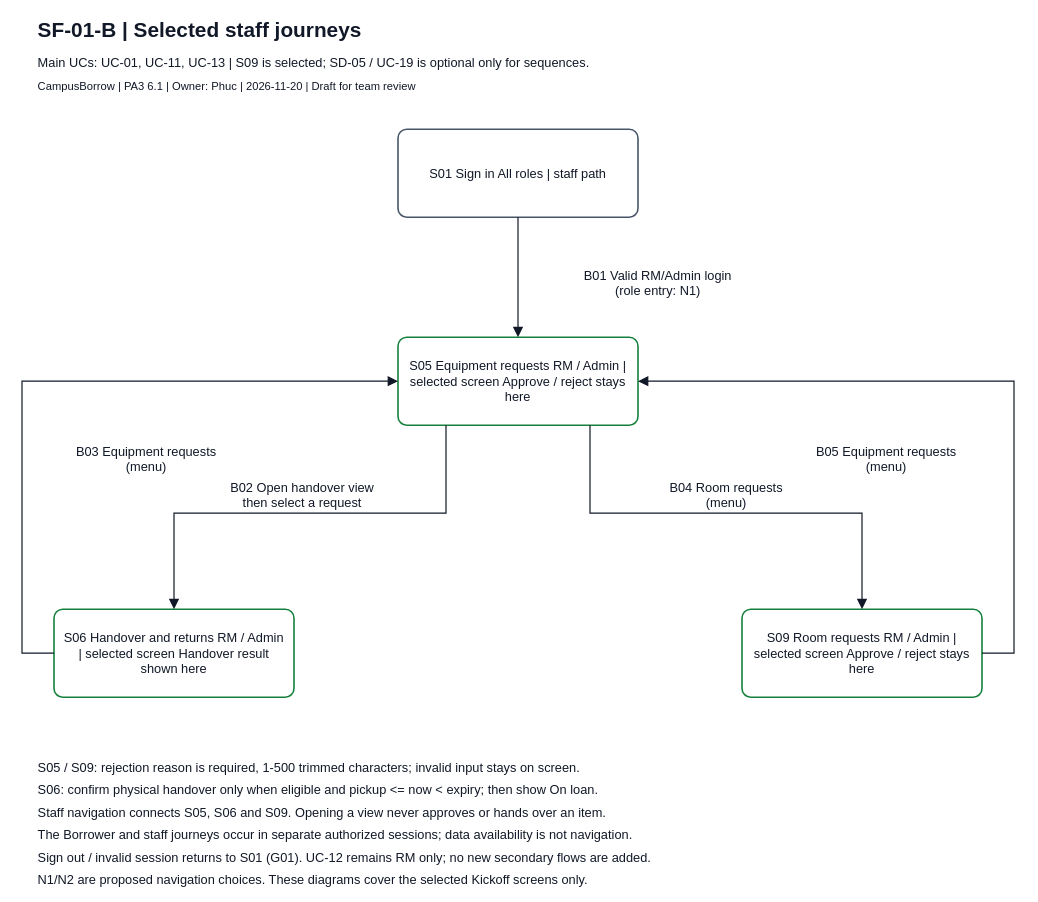
The draw.io diagram page "SF-01-B Staff processing journeys" (2 of 3) of docs/design/screen-flow/SF-01_screen-flow.drawio in JuliaTrang/T09-CampusBorrow, before the edit. Source tidied: cells renumbered, new cells numbered last; positions are measured from the earlier drawing's top-left corner, leaving out a move shared by most shapes. Both pictures are drawn from the tidied source at 80%, with x=0, y=0 at pixel (22, 14).
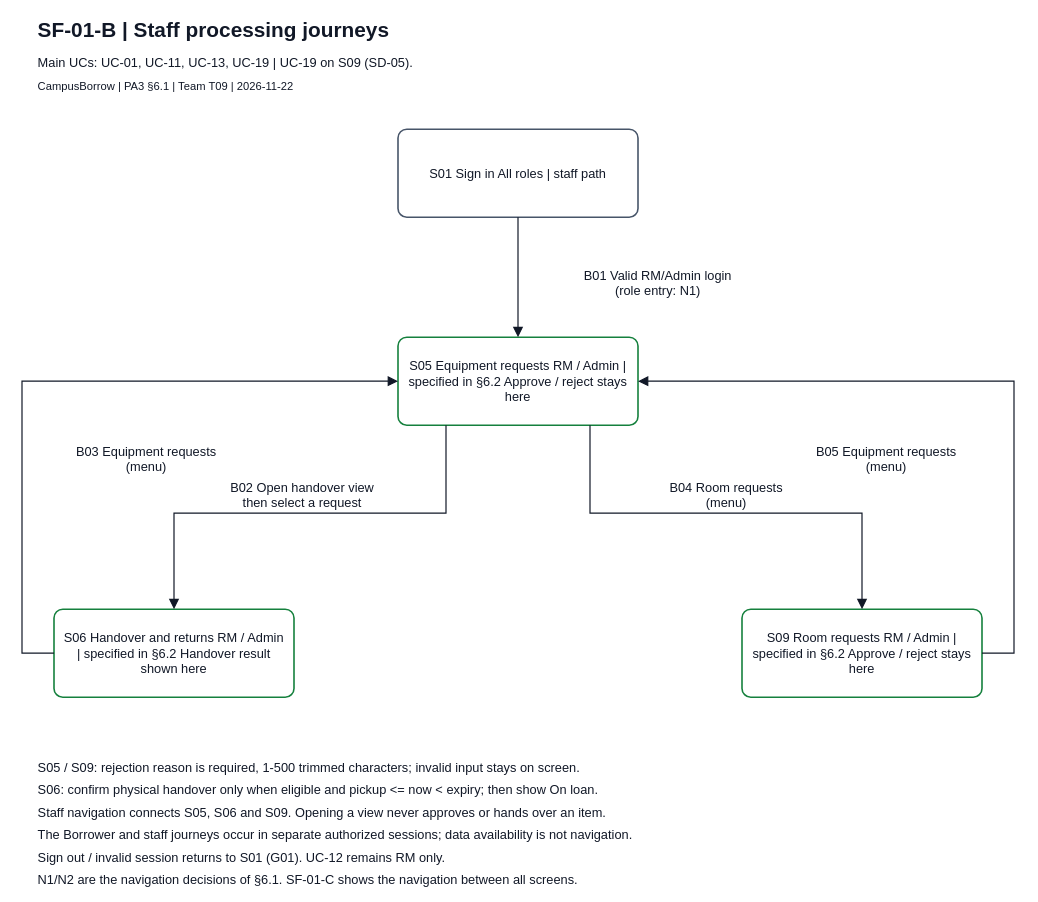
After the change.

Diff of the diagram source:
```diff
@@
-    <mxCell id="2" value="SF-01-B | Selected staff journeys" style="text;html=0;align=left;verticalAlign=top;whiteSpace=wrap;overflow=visible;fontFamily=Arial;fontSize=26;fontColor=#111827;fontStyle=1;spacing=0;" parent="1" vertex="1">
+    <mxCell id="2" value="SF-01-B | Staff processing journeys" style="text;html=0;align=left;verticalAlign=top;whiteSpace=wrap;overflow=visible;fontFamily=Arial;fontSize=26;fontColor=#111827;fontStyle=1;spacing=0;" parent="1" vertex="1">
       <mxGeometry x="20" width="1200" height="35" as="geometry" />
     </mxCell>
-    <mxCell id="3" value="Main UCs: UC-01, UC-11, UC-13 | S09 is selected; SD-05 / UC-19 is optional only for sequences." style="text;html=0;align=left;verticalAlign=top;whiteSpace=wrap;overflow=visible;fontFamily=Arial;fontSize=16;fontColor=#111827;fontStyle=0;spacing=0;" parent="1" vertex="1">
+    <mxCell id="3" value="Main UCs: UC-01, UC-11, UC-13, UC-19 | UC-19 on S09 (SD-05)." style="text;html=0;align=left;verticalAlign=top;whiteSpace=wrap;overflow=visible;fontFamily=Arial;fontSize=16;fontColor=#111827;fontStyle=0;spacing=0;" parent="1" vertex="1">
       <mxGeometry x="20" y="47" width="1200" height="26" as="geometry" />
     </mxCell>
-    <mxCell id="4" value="CampusBorrow | PA3 6.1 | Owner: Phuc | 2026-11-20 | Draft for team review" style="text;html=0;align=left;verticalAlign=top;whiteSpace=wrap;overflow=visible;fontFamily=Arial;fontSize=14;fontColor=#111827;fontStyle=0;spacing=0;" parent="1" vertex="1">
+    <mxCell id="4" value="CampusBorrow | PA3 §6.1 | Team T09 | 2026-11-22" style="text;html=0;align=left;verticalAlign=top;whiteSpace=wrap;overflow=visible;fontFamily=Arial;fontSize=14;fontColor=#111827;fontStyle=0;spacing=0;" parent="1" vertex="1">
       <mxGeometry x="20" y="78" width="1200" height="26" as="geometry" />
     </mxCell>
@@
-    <mxCell id="6" value="S05 Equipment requests RM / Admin | selected screen Approve / reject stays here" style="rounded=1;arcSize=10;whiteSpace=wrap;html=0;fillColor=#FFFFFF;dashed=0;strokeColor=#15803D;strokeWidth=2;fontFamily=Arial;fontSize=16;fontColor=#111827;align=center;verticalAlign=middle;spacing=10;" parent="1" vertex="1">
+    <mxCell id="6" value="S05 Equipment requests RM / Admin | specified in §6.2 Approve / reject stays here" style="rounded=1;arcSize=10;whiteSpace=wrap;html=0;fillColor=#FFFFFF;dashed=0;strokeColor=#15803D;strokeWidth=2;fontFamily=Arial;fontSize=16;fontColor=#111827;align=center;verticalAlign=middle;spacing=10;" parent="1" vertex="1">
       <mxGeometry x="470" y="404" width="300" height="110" as="geometry" />
     </mxCell>
-    <mxCell id="7" value="S06 Handover and returns RM / Admin | selected screen Handover result shown here" style="rounded=1;arcSize=10;whiteSpace=wrap;html=0;fillColor=#FFFFFF;dashed=0;strokeColor=#15803D;strokeWidth=2;fontFamily=Arial;fontSize=16;fontColor=#111827;align=center;verticalAlign=middle;spacing=10;" parent="1" vertex="1">
+    <mxCell id="7" value="S06 Handover and returns RM / Admin | specified in §6.2 Handover result shown here" style="rounded=1;arcSize=10;whiteSpace=wrap;html=0;fillColor=#FFFFFF;dashed=0;strokeColor=#15803D;strokeWidth=2;fontFamily=Arial;fontSize=16;fontColor=#111827;align=center;verticalAlign=middle;spacing=10;" parent="1" vertex="1">
       <mxGeometry x="40" y="744" width="300" height="110" as="geometry" />
     </mxCell>
-    <mxCell id="8" value="S09 Room requests RM / Admin | selected screen Approve / reject stays here" style="rounded=1;arcSize=10;whiteSpace=wrap;html=0;fillColor=#FFFFFF;dashed=0;strokeColor=#15803D;strokeWidth=2;fontFamily=Arial;fontSize=16;fontColor=#111827;align=center;verticalAlign=middle;spacing=10;" parent="1" vertex="1">
+    <mxCell id="8" value="S09 Room requests RM / Admin | specified in §6.2 Approve / reject stays here" style="rounded=1;arcSize=10;whiteSpace=wrap;html=0;fillColor=#FFFFFF;dashed=0;strokeColor=#15803D;strokeWidth=2;fontFamily=Arial;fontSize=16;fontColor=#111827;align=center;verticalAlign=middle;spacing=10;" parent="1" vertex="1">
       <mxGeometry x="900" y="744" width="300" height="110" as="geometry" />
     </mxCell>
@@
-    <mxCell id="23" value="Sign out / invalid session returns to S01 (G01). UC-12 remains RM only; no new secondary flows are added." style="text;html=0;align=left;verticalAlign=top;whiteSpace=wrap;overflow=visible;fontFamily=Arial;fontSize=16;fontColor=#111827;fontStyle=0;spacing=0;" parent="1" vertex="1">
+    <mxCell id="23" value="Sign out / invalid session returns to S01 (G01). UC-12 remains RM only." style="text;html=0;align=left;verticalAlign=top;whiteSpace=wrap;overflow=visible;fontFamily=Arial;fontSize=16;fontColor=#111827;fontStyle=0;spacing=0;" parent="1" vertex="1">
       <mxGeometry x="20" y="1040" width="1200" height="25" as="geometry" />
     </mxCell>
-    <mxCell id="24" value="N1/N2 are proposed navigation choices. These diagrams cover the selected Kickoff screens only." style="text;html=0;align=left;verticalAlign=top;whiteSpace=wrap;overflow=visible;fontFamily=Arial;fontSize=16;fontColor=#111827;fontStyle=0;spacing=0;" parent="1" vertex="1">
+    <mxCell id="24" value="N1/N2 are the navigation decisions of §6.1. SF-01-C shows the navigation between all screens." style="text;html=0;align=left;verticalAlign=top;whiteSpace=wrap;overflow=visible;fontFamily=Arial;fontSize=16;fontColor=#111827;fontStyle=0;spacing=0;" parent="1" vertex="1">
       <mxGeometry x="20" y="1068" width="1200" height="25" as="geometry" />
     </mxCell>
```
